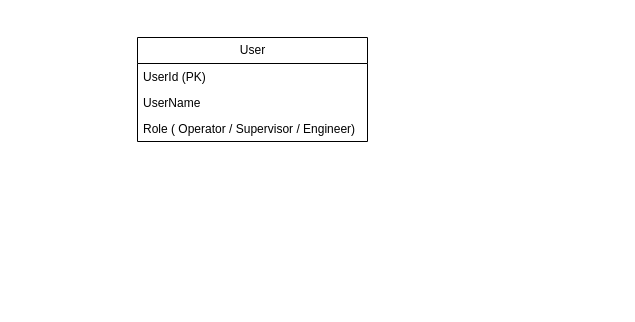
This is page "User / Role" (6 of 6) of erd.drawio from anh0701/mes, a draw.io file, before an edit. Source tidied: cells renumbered, new cells numbered last; positions are measured from the earlier drawing's top-left corner, leaving out a move shared by most shapes. Both pictures are drawn from the tidied source at 100%, with x=0, y=0 at pixel (137, 37).
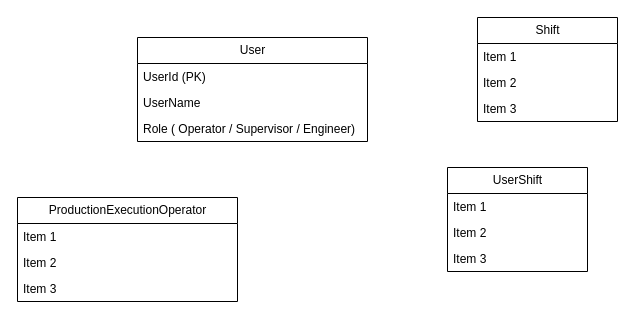
Above is the later version.

What changed in the source:
```diff
@@
 <mxGraphModel>
   <root>
     <mxCell id="0" />
     <mxCell id="1" parent="0" />
     <mxCell id="2" value="User" style="swimlane;fontStyle=0;horizontal=1;startSize=26;fillColor=none;html=1;" parent="1" vertex="1">
       <mxGeometry width="230" height="104" as="geometry" />
     </mxCell>
     <mxCell id="3" value="UserId (PK)" style="text;strokeColor=none;fillColor=none;align=left;verticalAlign=top;spacingLeft=4;spacingRight=4;overflow=hidden;whiteSpace=wrap;html=1;" parent="2" vertex="1">
       <mxGeometry y="26" width="230" height="26" as="geometry" />
     </mxCell>
     <mxCell id="4" value="UserName" style="text;strokeColor=none;fillColor=none;align=left;verticalAlign=top;spacingLeft=4;spacingRight=4;overflow=hidden;whiteSpace=wrap;html=1;" parent="2" vertex="1">
       <mxGeometry y="52" width="230" height="26" as="geometry" />
     </mxCell>
     <mxCell id="5" value="Role ( Operator / Supervisor / Engineer)" style="text;strokeColor=none;fillColor=none;align=left;verticalAlign=top;spacingLeft=4;spacingRight=4;overflow=hidden;whiteSpace=wrap;html=1;" parent="2" vertex="1">
       <mxGeometry y="78" width="230" height="26" as="geometry" />
     </mxCell>
+    <mxCell id="6" value="Shift" style="swimlane;fontStyle=0;horizontal=1;startSize=26;fillColor=none;html=1;" parent="1" vertex="1">
+      <mxGeometry x="340" y="-20" width="140" height="104" as="geometry" />
+    </mxCell>
+    <mxCell id="7" value="Item 1" style="text;strokeColor=none;fillColor=none;align=left;verticalAlign=top;spacingLeft=4;spacingRight=4;overflow=hidden;whiteSpace=wrap;html=1;" parent="6" vertex="1">
+      <mxGeometry y="26" width="140" height="26" as="geometry" />
+    </mxCell>
+    <mxCell id="8" value="Item 2" style="text;strokeColor=none;fillColor=none;align=left;verticalAlign=top;spacingLeft=4;spacingRight=4;overflow=hidden;whiteSpace=wrap;html=1;" parent="6" vertex="1">
+      <mxGeometry y="52" width="140" height="26" as="geometry" />
+    </mxCell>
+    <mxCell id="9" value="Item 3" style="text;strokeColor=none;fillColor=none;align=left;verticalAlign=top;spacingLeft=4;spacingRight=4;overflow=hidden;whiteSpace=wrap;html=1;" parent="6" vertex="1">
+      <mxGeometry y="78" width="140" height="26" as="geometry" />
+    </mxCell>
+    <mxCell id="10" value="UserShift" style="swimlane;fontStyle=0;horizontal=1;startSize=26;fillColor=none;html=1;" parent="1" vertex="1">
+      <mxGeometry x="310" y="130" width="140" height="104" as="geometry" />
+    </mxCell>
+    <mxCell id="11" value="Item 1" style="text;strokeColor=none;fillColor=none;align=left;verticalAlign=top;spacingLeft=4;spacingRight=4;overflow=hidden;whiteSpace=wrap;html=1;" parent="10" vertex="1">
+      <mxGeometry y="26" width="140" height="26" as="geometry" />
+    </mxCell>
+    <mxCell id="12" value="Item 2" style="text;strokeColor=none;fillColor=none;align=left;verticalAlign=top;spacingLeft=4;spacingRight=4;overflow=hidden;whiteSpace=wrap;html=1;" parent="10" vertex="1">
+      <mxGeometry y="52" width="140" height="26" as="geometry" />
+    </mxCell>
+    <mxCell id="13" value="Item 3" style="text;strokeColor=none;fillColor=none;align=left;verticalAlign=top;spacingLeft=4;spacingRight=4;overflow=hidden;whiteSpace=wrap;html=1;" parent="10" vertex="1">
+      <mxGeometry y="78" width="140" height="26" as="geometry" />
+    </mxCell>
+    <mxCell id="14" value="ProductionExecutionOperator" style="swimlane;fontStyle=0;horizontal=1;startSize=26;fillColor=none;html=1;" parent="1" vertex="1">
+      <mxGeometry x="-120" y="160" width="220" height="104" as="geometry" />
+    </mxCell>
+    <mxCell id="15" value="Item 1" style="text;strokeColor=none;fillColor=none;align=left;verticalAlign=top;spacingLeft=4;spacingRight=4;overflow=hidden;whiteSpace=wrap;html=1;" parent="14" vertex="1">
+      <mxGeometry y="26" width="220" height="26" as="geometry" />
+    </mxCell>
+    <mxCell id="16" value="Item 2" style="text;strokeColor=none;fillColor=none;align=left;verticalAlign=top;spacingLeft=4;spacingRight=4;overflow=hidden;whiteSpace=wrap;html=1;" parent="14" vertex="1">
+      <mxGeometry y="52" width="220" height="26" as="geometry" />
+    </mxCell>
+    <mxCell id="17" value="Item 3" style="text;strokeColor=none;fillColor=none;align=left;verticalAlign=top;spacingLeft=4;spacingRight=4;overflow=hidden;whiteSpace=wrap;html=1;" parent="14" vertex="1">
+      <mxGeometry y="78" width="220" height="26" as="geometry" />
+    </mxCell>
   </root>
 </mxGraphModel>
```
